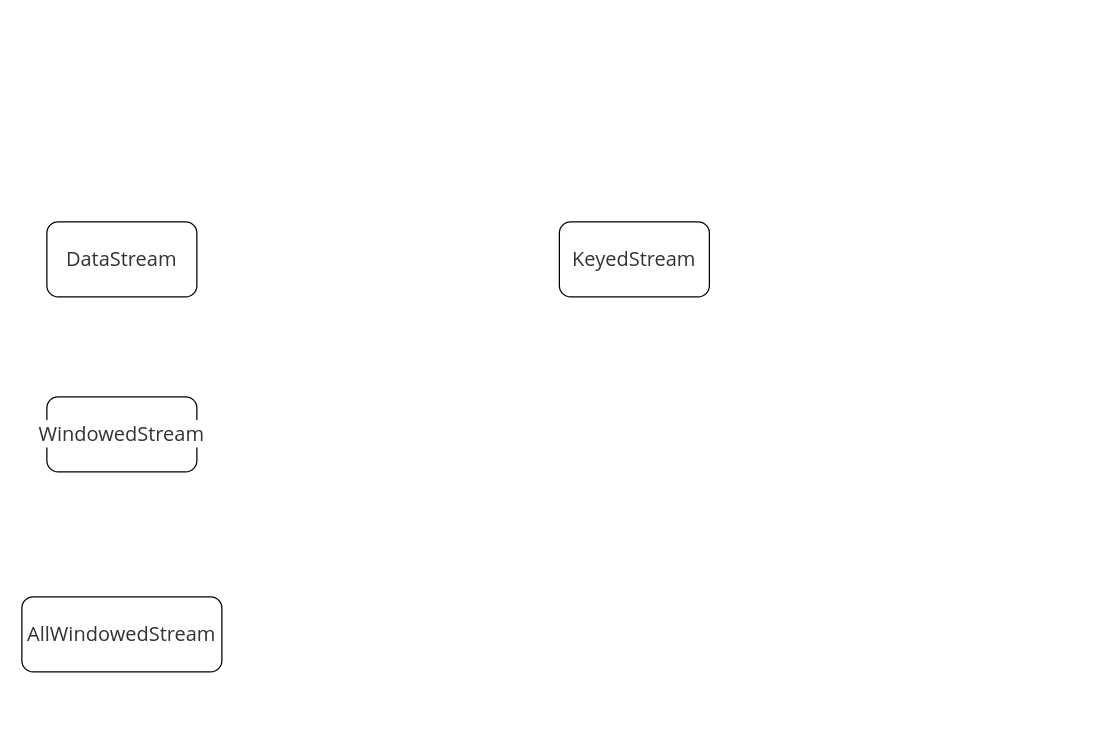
Earlier version of the draw.io diagram Flink.drawio (luckywind/picture). Source tidied: cells renumbered, new cells numbered last; positions are measured from the earlier drawing's top-left corner, leaving out a move shared by most shapes. Both pictures are drawn from the tidied source at 125%, with x=0, y=0 at pixel (21, 221).
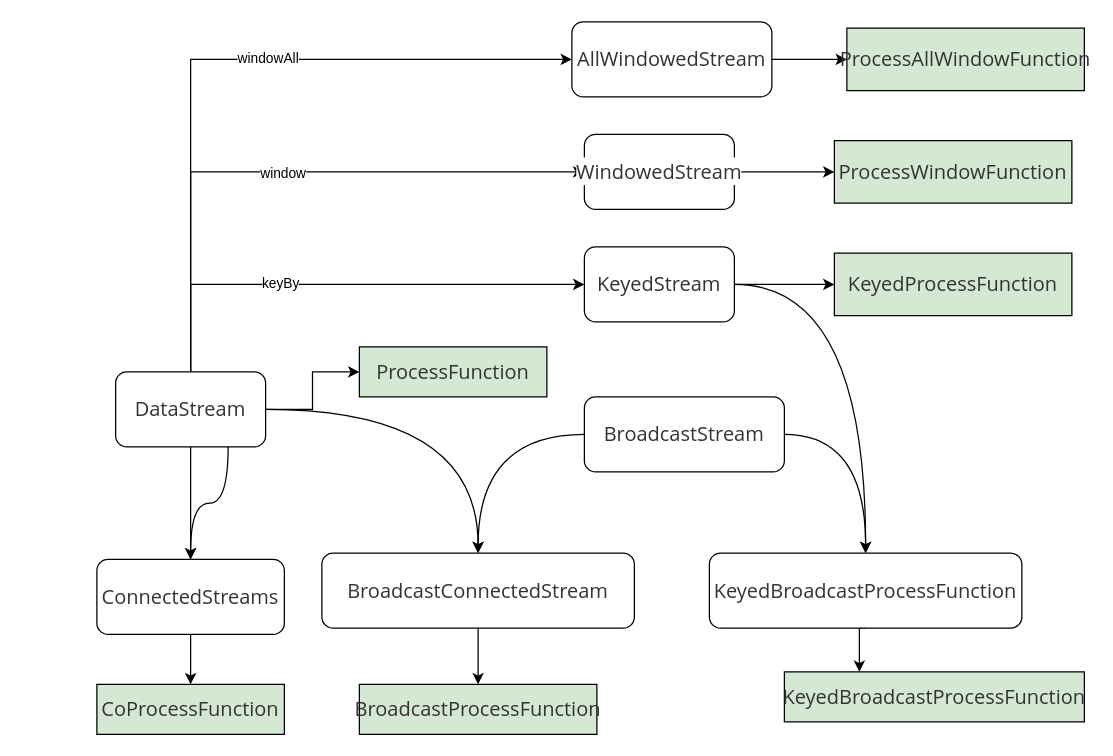
Above is the later version.

What changed in the source:
```diff
@@
+    <mxCell id="6" style="edgeStyle=orthogonalEdgeStyle;rounded=0;jettySize=auto;html=1;curved=1;" parent="1" edge="1" source="2" target="28">
+      <mxGeometry relative="1" as="geometry" />
+    </mxCell>
+    <mxCell id="7" style="edgeStyle=orthogonalEdgeStyle;rounded=0;jettySize=auto;html=1;exitX=0.75;exitY=1;exitDx=0;exitDy=0;entryX=0.5;entryY=0;entryDx=0;entryDy=0;curved=1;" parent="1" edge="1" source="2" target="28">
+      <mxGeometry relative="1" as="geometry" />
+    </mxCell>
+    <mxCell id="8" style="edgeStyle=orthogonalEdgeStyle;rounded=0;jettySize=auto;html=1;exitX=0.5;exitY=0;exitDx=0;exitDy=0;entryX=0;entryY=0.5;entryDx=0;entryDy=0;" parent="1" edge="1" source="2" target="4">
+      <mxGeometry relative="1" as="geometry" />
+    </mxCell>
+    <mxCell id="9" value="window" style="edgeLabel;html=1;align=center;verticalAlign=middle;" parent="8" vertex="1">
+      <mxGeometry x="-0.02" relative="1" as="geometry" />
+    </mxCell>
+    <mxCell id="10" style="edgeStyle=orthogonalEdgeStyle;rounded=0;jettySize=auto;html=1;exitX=0.5;exitY=0;exitDx=0;exitDy=0;entryX=0;entryY=0.5;entryDx=0;entryDy=0;" parent="1" edge="1" source="2" target="3">
+      <mxGeometry relative="1" as="geometry" />
+    </mxCell>
+    <mxCell id="11" value="keyBy" style="edgeLabel;html=1;align=center;verticalAlign=middle;" parent="10" vertex="1">
+      <mxGeometry x="-0.27" y="2" relative="1" as="geometry" />
+    </mxCell>
+    <mxCell id="12" style="edgeStyle=orthogonalEdgeStyle;rounded=0;jettySize=auto;html=1;exitX=0.5;exitY=0;exitDx=0;exitDy=0;entryX=0;entryY=0.5;entryDx=0;entryDy=0;" parent="1" edge="1" source="2" target="5">
+      <mxGeometry relative="1" as="geometry" />
+    </mxCell>
+    <mxCell id="13" value="windowAll" style="edgeLabel;html=1;align=center;verticalAlign=middle;" parent="12" vertex="1">
+      <mxGeometry x="0.12" y="2" relative="1" as="geometry" />
+    </mxCell>
+    <mxCell id="14" style="edgeStyle=orthogonalEdgeStyle;rounded=0;jettySize=auto;html=1;exitX=1;exitY=0.5;exitDx=0;exitDy=0;entryX=0;entryY=0.5;entryDx=0;entryDy=0;" parent="1" edge="1" source="2" target="32">
+      <mxGeometry relative="1" as="geometry" />
+    </mxCell>
     <mxCell id="2" value="&lt;span style=&quot;caret-color: rgb(0, 122, 255); color: rgb(51, 51, 51); font-family: &amp;quot;Open Sans&amp;quot;, &amp;quot;Clear Sans&amp;quot;, &amp;quot;Helvetica Neue&amp;quot;, Helvetica, Arial, &amp;quot;Segoe UI Emoji&amp;quot;, sans-serif; font-size: 16px; orphans: 4; text-align: start; white-space-collapse: preserve; background-color: rgb(255, 255, 255);&quot;&gt;DataStream&lt;/span&gt;" style="rounded=1;whiteSpace=wrap;html=1;" parent="1" vertex="1">
-      <mxGeometry x="20" width="120" height="60" as="geometry" />
+      <mxGeometry x="75" y="120" width="120" height="60" as="geometry" />
     </mxCell>
+    <mxCell id="15" style="edgeStyle=orthogonalEdgeStyle;rounded=0;jettySize=auto;html=1;exitX=1;exitY=0.5;exitDx=0;exitDy=0;curved=1;" parent="1" edge="1" source="3" target="26">
+      <mxGeometry relative="1" as="geometry" />
+    </mxCell>
+    <mxCell id="16" style="edgeStyle=orthogonalEdgeStyle;rounded=0;jettySize=auto;html=1;" parent="1" edge="1" source="3">
+      <mxGeometry relative="1" as="geometry">
+        <mxPoint x="650" y="50" as="targetPoint" />
+      </mxGeometry>
+    </mxCell>
     <mxCell id="3" value="&lt;span style=&quot;caret-color: rgb(0, 122, 255); color: rgb(51, 51, 51); font-family: &amp;quot;Open Sans&amp;quot;, &amp;quot;Clear Sans&amp;quot;, &amp;quot;Helvetica Neue&amp;quot;, Helvetica, Arial, &amp;quot;Segoe UI Emoji&amp;quot;, sans-serif; font-size: 16px; orphans: 4; text-align: start; white-space-collapse: preserve; background-color: rgb(255, 255, 255);&quot;&gt;KeyedStream&lt;/span&gt;" style="rounded=1;whiteSpace=wrap;html=1;" parent="1" vertex="1">
-      <mxGeometry x="430" width="120" height="60" as="geometry" />
+      <mxGeometry x="450" y="20" width="120" height="60" as="geometry" />
     </mxCell>
+    <mxCell id="17" style="edgeStyle=orthogonalEdgeStyle;rounded=0;jettySize=auto;html=1;exitX=1;exitY=0.5;exitDx=0;exitDy=0;entryX=0;entryY=0.5;entryDx=0;entryDy=0;" parent="1" edge="1" source="4" target="30">
+      <mxGeometry relative="1" as="geometry" />
+    </mxCell>
     <mxCell id="4" value="&lt;span style=&quot;caret-color: rgb(0, 122, 255); color: rgb(51, 51, 51); font-family: &amp;quot;Open Sans&amp;quot;, &amp;quot;Clear Sans&amp;quot;, &amp;quot;Helvetica Neue&amp;quot;, Helvetica, Arial, &amp;quot;Segoe UI Emoji&amp;quot;, sans-serif; font-size: 16px; orphans: 4; text-align: start; white-space-collapse: preserve; background-color: rgb(255, 255, 255);&quot;&gt;WindowedStream&lt;/span&gt;" style="rounded=1;whiteSpace=wrap;html=1;" parent="1" vertex="1">
-      <mxGeometry x="20" y="140" width="120" height="60" as="geometry" />
+      <mxGeometry x="450" y="-70" width="120" height="60" as="geometry" />
     </mxCell>
+    <mxCell id="18" style="edgeStyle=orthogonalEdgeStyle;rounded=0;jettySize=auto;html=1;exitX=1;exitY=0.5;exitDx=0;exitDy=0;entryX=0;entryY=0.5;entryDx=0;entryDy=0;" parent="1" edge="1" source="5" target="31">
+      <mxGeometry relative="1" as="geometry" />
+    </mxCell>
     <mxCell id="5" value="&lt;span style=&quot;caret-color: rgb(0, 122, 255); color: rgb(51, 51, 51); font-family: &amp;quot;Open Sans&amp;quot;, &amp;quot;Clear Sans&amp;quot;, &amp;quot;Helvetica Neue&amp;quot;, Helvetica, Arial, &amp;quot;Segoe UI Emoji&amp;quot;, sans-serif; font-size: 16px; orphans: 4; text-align: start; white-space-collapse: preserve; background-color: rgb(255, 255, 255);&quot;&gt;AllWindowedStream&lt;/span&gt;" style="rounded=1;whiteSpace=wrap;html=1;" parent="1" vertex="1">
-      <mxGeometry y="300" width="160" height="60" as="geometry" />
+      <mxGeometry x="440" y="-160" width="160" height="60" as="geometry" />
     </mxCell>
+    <mxCell id="19" style="edgeStyle=orthogonalEdgeStyle;rounded=0;jettySize=auto;html=1;exitX=0;exitY=0.5;exitDx=0;exitDy=0;entryX=0.5;entryY=0;entryDx=0;entryDy=0;curved=1;" parent="1" edge="1" source="21" target="23">
+      <mxGeometry relative="1" as="geometry" />
+    </mxCell>
+    <mxCell id="20" style="edgeStyle=orthogonalEdgeStyle;rounded=0;jettySize=auto;html=1;exitX=1;exitY=0.5;exitDx=0;exitDy=0;entryX=0.5;entryY=0;entryDx=0;entryDy=0;curved=1;" parent="1" edge="1" source="21" target="26">
+      <mxGeometry relative="1" as="geometry" />
+    </mxCell>
+    <mxCell id="21" value="&lt;span style=&quot;caret-color: rgb(0, 122, 255); color: rgb(51, 51, 51); font-family: &amp;quot;Open Sans&amp;quot;, &amp;quot;Clear Sans&amp;quot;, &amp;quot;Helvetica Neue&amp;quot;, Helvetica, Arial, &amp;quot;Segoe UI Emoji&amp;quot;, sans-serif; font-size: 16px; orphans: 4; text-align: start; white-space-collapse: preserve; background-color: rgb(255, 255, 255);&quot;&gt;BroadcastStream&lt;/span&gt;" style="rounded=1;whiteSpace=wrap;html=1;" parent="1" vertex="1">
+      <mxGeometry x="450" y="140" width="160" height="60" as="geometry" />
+    </mxCell>
+    <mxCell id="22" style="edgeStyle=orthogonalEdgeStyle;rounded=0;jettySize=auto;html=1;exitX=0.5;exitY=1;exitDx=0;exitDy=0;" parent="1" edge="1" source="23" target="34">
+      <mxGeometry relative="1" as="geometry" />
+    </mxCell>
+    <mxCell id="23" value="&lt;span style=&quot;caret-color: rgb(0, 122, 255); color: rgb(51, 51, 51); font-family: &amp;quot;Open Sans&amp;quot;, &amp;quot;Clear Sans&amp;quot;, &amp;quot;Helvetica Neue&amp;quot;, Helvetica, Arial, &amp;quot;Segoe UI Emoji&amp;quot;, sans-serif; font-size: 16px; orphans: 4; text-align: start; white-space-collapse: preserve; background-color: rgb(255, 255, 255);&quot;&gt;BroadcastConnectedStream&lt;/span&gt;" style="rounded=1;whiteSpace=wrap;html=1;" parent="1" vertex="1">
+      <mxGeometry x="240" y="265" width="250" height="60" as="geometry" />
+    </mxCell>
+    <mxCell id="24" style="edgeStyle=orthogonalEdgeStyle;rounded=0;jettySize=auto;html=1;exitX=1;exitY=0.5;exitDx=0;exitDy=0;entryX=0.5;entryY=0;entryDx=0;entryDy=0;curved=1;" parent="1" edge="1" source="2" target="23">
+      <mxGeometry relative="1" as="geometry" />
+    </mxCell>
+    <mxCell id="25" style="edgeStyle=orthogonalEdgeStyle;rounded=0;jettySize=auto;html=1;exitX=0.5;exitY=1;exitDx=0;exitDy=0;entryX=0.25;entryY=0;entryDx=0;entryDy=0;" parent="1" edge="1" source="26" target="35">
+      <mxGeometry relative="1" as="geometry" />
+    </mxCell>
+    <mxCell id="26" value="&lt;span style=&quot;caret-color: rgb(0, 122, 255); color: rgb(51, 51, 51); font-family: &amp;quot;Open Sans&amp;quot;, &amp;quot;Clear Sans&amp;quot;, &amp;quot;Helvetica Neue&amp;quot;, Helvetica, Arial, &amp;quot;Segoe UI Emoji&amp;quot;, sans-serif; font-size: 16px; orphans: 4; text-align: start; white-space-collapse: preserve; background-color: rgb(255, 255, 255);&quot;&gt;KeyedBroadcastProcessFunction&lt;/span&gt;" style="rounded=1;whiteSpace=wrap;html=1;" parent="1" vertex="1">
+      <mxGeometry x="550" y="265" width="250" height="60" as="geometry" />
+    </mxCell>
+    <mxCell id="27" style="edgeStyle=orthogonalEdgeStyle;rounded=0;jettySize=auto;html=1;exitX=0.5;exitY=1;exitDx=0;exitDy=0;entryX=0.5;entryY=0;entryDx=0;entryDy=0;" parent="1" edge="1" source="28" target="33">
+      <mxGeometry relative="1" as="geometry" />
+    </mxCell>
+    <mxCell id="28" value="&lt;span style=&quot;caret-color: rgb(0, 122, 255); color: rgb(51, 51, 51); font-family: &amp;quot;Open Sans&amp;quot;, &amp;quot;Clear Sans&amp;quot;, &amp;quot;Helvetica Neue&amp;quot;, Helvetica, Arial, &amp;quot;Segoe UI Emoji&amp;quot;, sans-serif; font-size: 16px; orphans: 4; text-align: start; white-space-collapse: preserve; background-color: rgb(255, 255, 255);&quot;&gt;ConnectedStreams&lt;/span&gt;" style="whiteSpace=wrap;html=1;rounded=1;" parent="1" vertex="1">
+      <mxGeometry x="60" y="270" width="150" height="60" as="geometry" />
+    </mxCell>
+    <mxCell id="29" value="&lt;span style=&quot;caret-color: rgb(0, 122, 255); color: rgb(51, 51, 51); font-family: &amp;quot;Open Sans&amp;quot;, &amp;quot;Clear Sans&amp;quot;, &amp;quot;Helvetica Neue&amp;quot;, Helvetica, Arial, &amp;quot;Segoe UI Emoji&amp;quot;, sans-serif; font-size: 16px; orphans: 4; text-align: start; white-space-collapse: preserve;&quot;&gt;KeyedProcessFunction&lt;/span&gt;" style="rounded=0;whiteSpace=wrap;html=1;fillColor=#d5e8d4;strokeColor=default;glass=0;labelBackgroundColor=none;" parent="1" vertex="1">
+      <mxGeometry x="650" y="25" width="190" height="50" as="geometry" />
+    </mxCell>
+    <mxCell id="30" value="&lt;span style=&quot;caret-color: rgb(0, 122, 255); color: rgb(51, 51, 51); font-family: &amp;quot;Open Sans&amp;quot;, &amp;quot;Clear Sans&amp;quot;, &amp;quot;Helvetica Neue&amp;quot;, Helvetica, Arial, &amp;quot;Segoe UI Emoji&amp;quot;, sans-serif; font-size: 16px; orphans: 4; text-align: start; white-space-collapse: preserve;&quot;&gt;ProcessWindowFunction&lt;/span&gt;" style="rounded=0;whiteSpace=wrap;html=1;fillColor=#d5e8d4;strokeColor=default;glass=0;labelBackgroundColor=none;" parent="1" vertex="1">
+      <mxGeometry x="650" y="-65" width="190" height="50" as="geometry" />
+    </mxCell>
+    <mxCell id="31" value="&lt;span style=&quot;caret-color: rgb(0, 122, 255); color: rgb(51, 51, 51); font-family: &amp;quot;Open Sans&amp;quot;, &amp;quot;Clear Sans&amp;quot;, &amp;quot;Helvetica Neue&amp;quot;, Helvetica, Arial, &amp;quot;Segoe UI Emoji&amp;quot;, sans-serif; font-size: 16px; orphans: 4; text-align: start; white-space-collapse: preserve;&quot;&gt;ProcessAllWindowFunction&lt;/span&gt;" style="rounded=0;whiteSpace=wrap;html=1;fillColor=#d5e8d4;strokeColor=default;glass=0;labelBackgroundColor=none;" parent="1" vertex="1">
+      <mxGeometry x="660" y="-155" width="190" height="50" as="geometry" />
+    </mxCell>
+    <mxCell id="32" value="&lt;span style=&quot;caret-color: rgb(0, 122, 255); color: rgb(51, 51, 51); font-family: &amp;quot;Open Sans&amp;quot;, &amp;quot;Clear Sans&amp;quot;, &amp;quot;Helvetica Neue&amp;quot;, Helvetica, Arial, &amp;quot;Segoe UI Emoji&amp;quot;, sans-serif; font-size: 16px; orphans: 4; text-align: start; white-space-collapse: preserve;&quot;&gt;ProcessFunction&lt;/span&gt;" style="rounded=0;whiteSpace=wrap;html=1;fillColor=#d5e8d4;strokeColor=default;glass=0;labelBackgroundColor=none;" parent="1" vertex="1">
+      <mxGeometry x="270" y="100" width="150" height="40" as="geometry" />
+    </mxCell>
+    <mxCell id="33" value="&lt;span style=&quot;caret-color: rgb(0, 122, 255); color: rgb(51, 51, 51); font-family: &amp;quot;Open Sans&amp;quot;, &amp;quot;Clear Sans&amp;quot;, &amp;quot;Helvetica Neue&amp;quot;, Helvetica, Arial, &amp;quot;Segoe UI Emoji&amp;quot;, sans-serif; font-size: 16px; orphans: 4; text-align: start; white-space-collapse: preserve;&quot;&gt;CoProcessFunction&lt;/span&gt;" style="rounded=0;whiteSpace=wrap;html=1;fillColor=#d5e8d4;strokeColor=default;glass=0;labelBackgroundColor=none;" parent="1" vertex="1">
+      <mxGeometry x="60" y="370" width="150" height="40" as="geometry" />
+    </mxCell>
+    <mxCell id="34" value="&lt;span style=&quot;caret-color: rgb(0, 122, 255); color: rgb(51, 51, 51); font-family: &amp;quot;Open Sans&amp;quot;, &amp;quot;Clear Sans&amp;quot;, &amp;quot;Helvetica Neue&amp;quot;, Helvetica, Arial, &amp;quot;Segoe UI Emoji&amp;quot;, sans-serif; font-size: 16px; orphans: 4; text-align: start; white-space-collapse: preserve;&quot;&gt;BroadcastProcessFunction&lt;/span&gt;" style="rounded=0;whiteSpace=wrap;html=1;fillColor=#d5e8d4;strokeColor=default;glass=0;labelBackgroundColor=none;" parent="1" vertex="1">
+      <mxGeometry x="270" y="370" width="190" height="40" as="geometry" />
+    </mxCell>
+    <mxCell id="35" value="&lt;span style=&quot;caret-color: rgb(0, 122, 255); color: rgb(51, 51, 51); font-family: &amp;quot;Open Sans&amp;quot;, &amp;quot;Clear Sans&amp;quot;, &amp;quot;Helvetica Neue&amp;quot;, Helvetica, Arial, &amp;quot;Segoe UI Emoji&amp;quot;, sans-serif; font-size: 16px; orphans: 4; text-align: start; white-space-collapse: preserve;&quot;&gt;KeyedBroadcastProcessFunction&lt;/span&gt;" style="rounded=0;whiteSpace=wrap;html=1;fillColor=#d5e8d4;strokeColor=default;glass=0;labelBackgroundColor=none;" parent="1" vertex="1">
+      <mxGeometry x="610" y="360" width="240" height="40" as="geometry" />
+    </mxCell>
```
